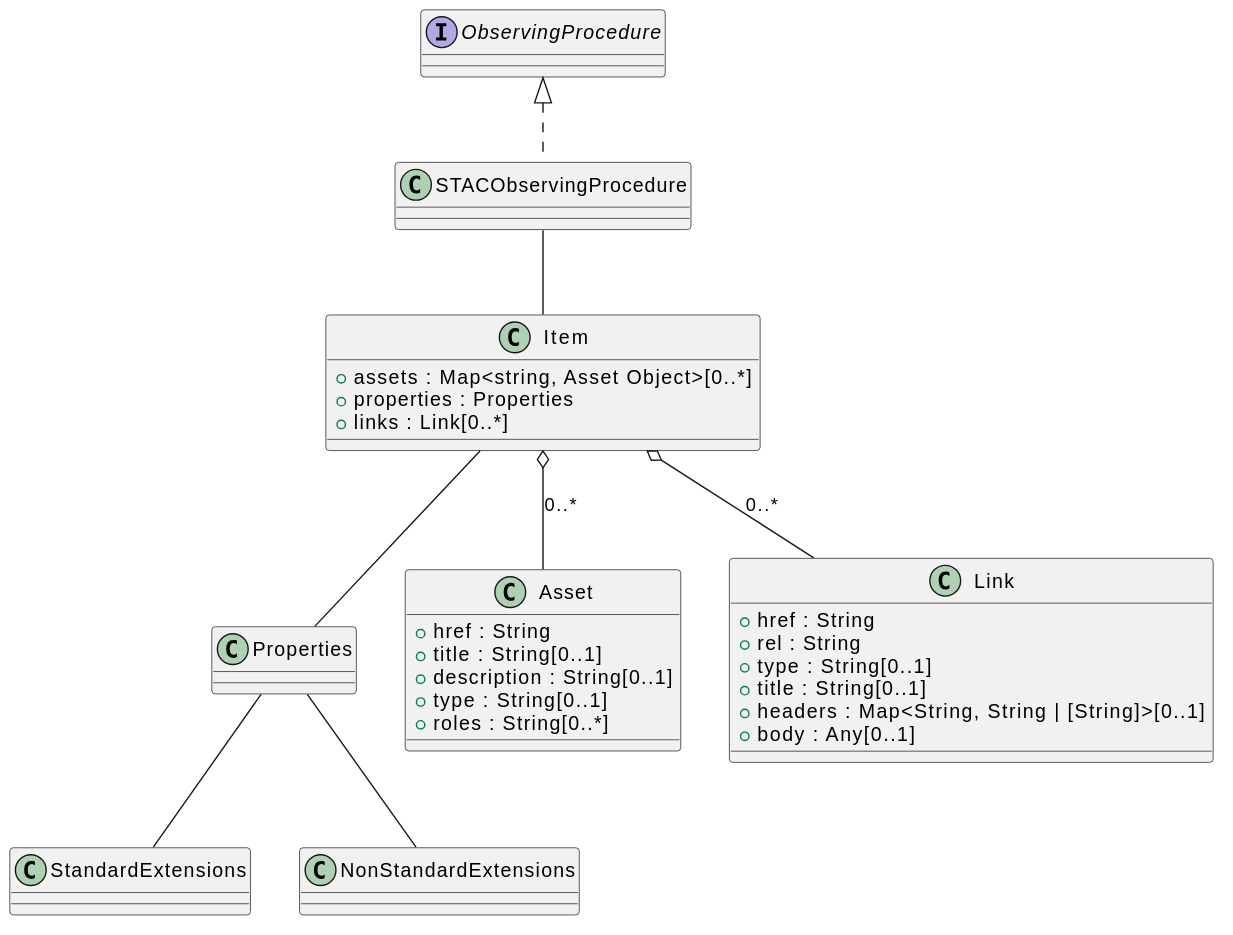
Earlier version of the PlantUML export images/ode-observing-class-diagram.svg (pdssp/pdssp_data_model). Source of this version:
```plantuml
@startuml
interface ObservingProcedure

class STACObservingProcedure

class Item {
  + assets : Map<string, Asset Object>[0..*]
  + properties : Properties
  + links : Link[0..*]
}

class Properties

class StandardExtensions

class NonStandardExtensions

class Asset {
  + href : String
  + title : String[0..1]
  + description : String[0..1]
  + type : String[0..1]
  + roles : String[0..*]
}

class Link {
  + href : String
  + rel : String
  + type : String[0..1]
  + title : String[0..1]
  + headers : Map<String, String | [String]>[0..1]
  + body : Any[0..1]
}

ObservingProcedure <|.. STACObservingProcedure
STACObservingProcedure -- Item
Item -- Properties
Properties -- StandardExtensions
Properties -- NonStandardExtensions
Item o-- Asset : 0..*
Item o-- Link : 0..*
@enduml
```
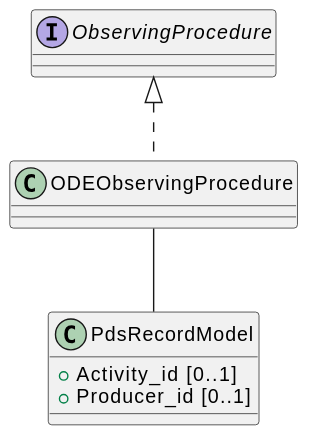
The same diagram one commit later.

Diff of the diagram source:
```diff
@@ -1,42 +1,13 @@
 @startuml
-interface ObservingProcedure
+interface  ObservingProcedure
 
-class STACObservingProcedure
+class ODEObservingProcedure
 
-class Item {
-  + assets : Map<string, Asset Object>[0..*]
-  + properties : Properties
-  + links : Link[0..*]
+class PdsRecordModel {
+  + Activity_id [0..1]
+  + Producer_id [0..1]
 }
 
-class Properties
-
-class StandardExtensions
-
-class NonStandardExtensions
-
-class Asset {
-  + href : String
-  + title : String[0..1]
-  + description : String[0..1]
-  + type : String[0..1]
-  + roles : String[0..*]
-}
-
-class Link {
-  + href : String
-  + rel : String
-  + type : String[0..1]
-  + title : String[0..1]
-  + headers : Map<String, String | [String]>[0..1]
-  + body : Any[0..1]
-}
-
-ObservingProcedure <|.. STACObservingProcedure
-STACObservingProcedure -- Item
-Item -- Properties
-Properties -- StandardExtensions
-Properties -- NonStandardExtensions
-Item o-- Asset : 0..*
-Item o-- Link : 0..*
+ObservingProcedure <|.. ODEObservingProcedure
+ODEObservingProcedure -- PdsRecordModel
 @enduml
```
